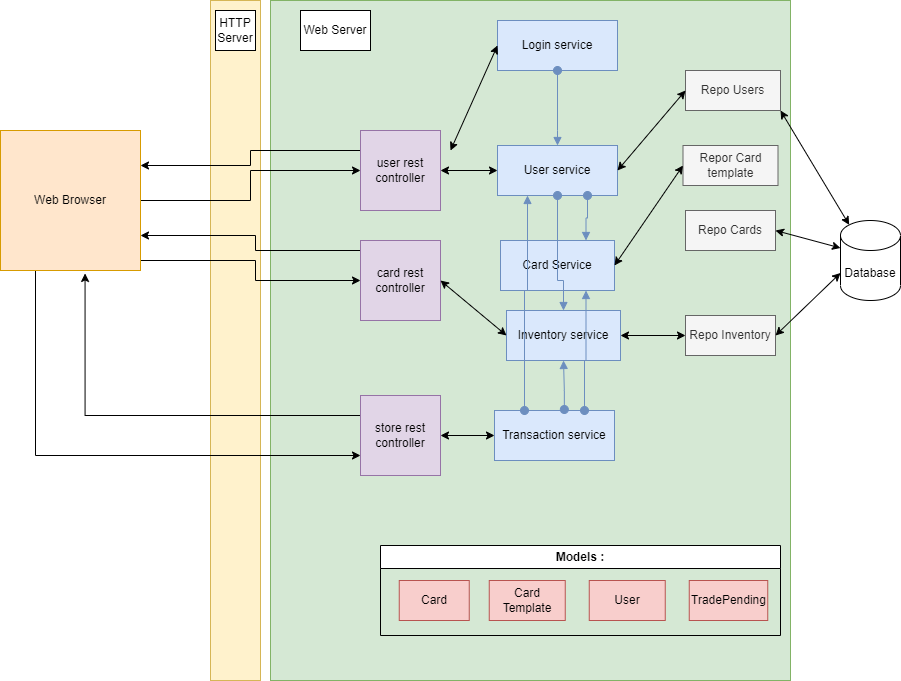
Earlier version of the draw.io export Images/ASI_atelier2.drawio.png (PierreCPE/asi_atelier_1). Source tidied: cells renumbered, new cells last; positions are measured from the earlier drawing's top-left corner, leaving out a move shared by most shapes.
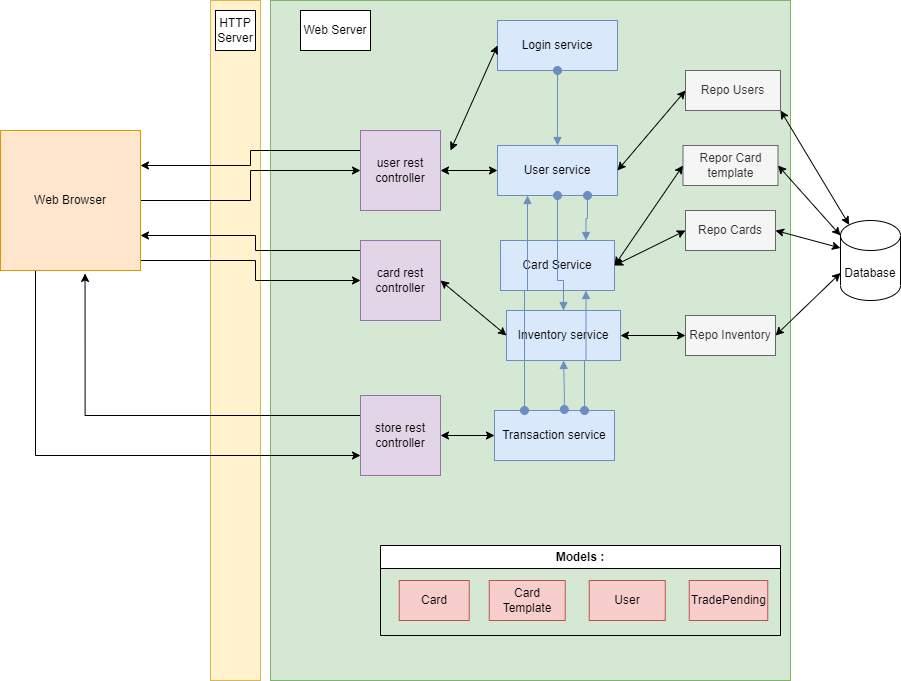
After the change.

Change to the diagram source:
```diff
@@ -185,5 +185,11 @@
     <mxCell id="46" value="Card" style="rounded=0;whiteSpace=wrap;html=1;fillColor=#f8cecc;strokeColor=#b85450;" parent="42" vertex="1">
       <mxGeometry x="18.8" y="35" width="70" height="40" as="geometry" />
     </mxCell>
+    <mxCell id="47" style="endArrow=classic;startArrow=classic;html=1;rounded=0;entryX=0;entryY=0;entryDx=0;entryDy=15;exitX=1;exitY=0.5;exitDx=0;exitDy=0;entryPerimeter=0;" parent="1" edge="1" source="40" target="10">
+      <mxGeometry relative="1" as="geometry" />
+    </mxCell>
+    <mxCell id="48" style="endArrow=classic;startArrow=classic;html=1;rounded=0;entryX=0;entryY=0.5;entryDx=0;entryDy=0;exitX=1;exitY=0.5;exitDx=0;exitDy=0;" parent="1" edge="1" source="32" target="22">
+      <mxGeometry relative="1" as="geometry" />
+    </mxCell>
   </root>
 </mxGraphModel>
```
